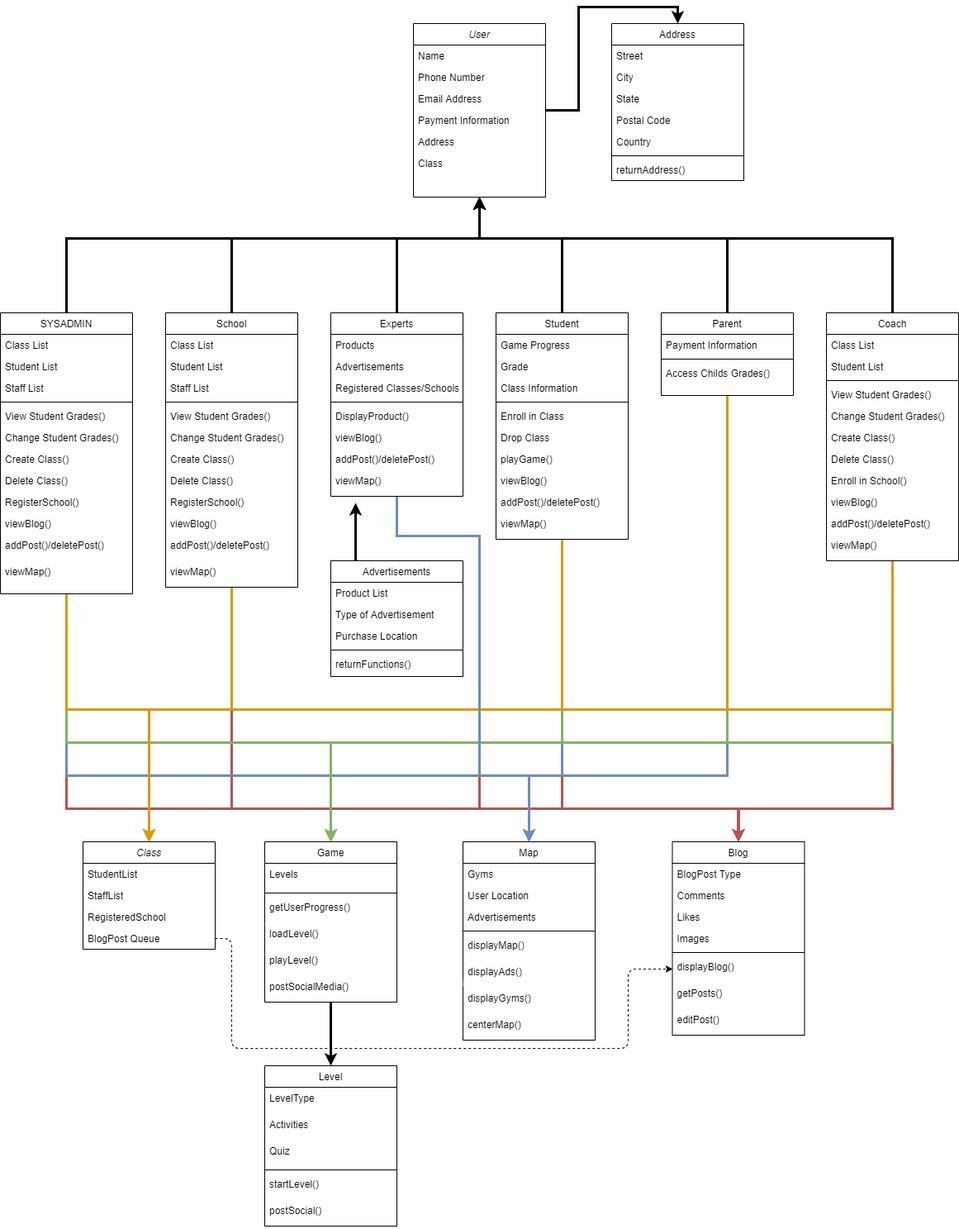
Earlier version of the draw.io export Deliverables/Week_4/Class Diagram.png (Hanandrof/Group-3-Repository). Source tidied: cells renumbered, new cells last; positions are measured from the earlier drawing's top-left corner, leaving out a move shared by most shapes.
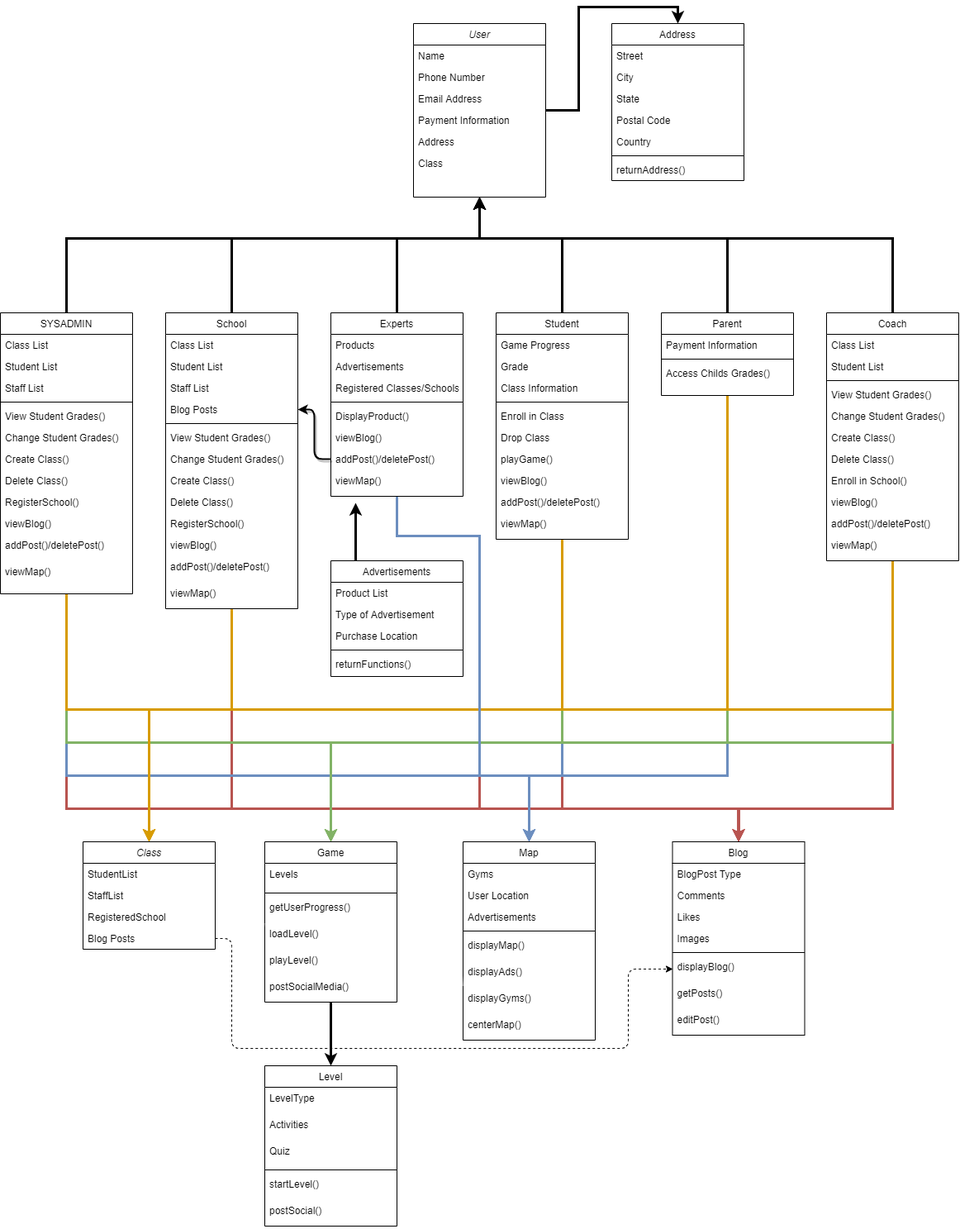
After the change.

Change to the diagram source:
```diff
@@ -341,7 +341,7 @@
       </mxGeometry>
     </mxCell>
     <mxCell id="80" value="School" style="swimlane;fontStyle=0;align=center;verticalAlign=top;horizontal=1;startSize=26;rounded=0;shadow=0;strokeWidth=1;" parent="1" vertex="1">
-      <mxGeometry x="200" y="350" width="160" height="332" as="geometry" />
+      <mxGeometry x="200" y="350" width="160" height="358" as="geometry" />
     </mxCell>
     <mxCell id="81" value="Class List" style="text;align=left;verticalAlign=top;spacingLeft=4;spacingRight=4;overflow=hidden;" parent="80" vertex="1">
       <mxGeometry y="26" width="160" height="26" as="geometry" />
@@ -352,32 +352,35 @@
     <mxCell id="83" value="Staff List" style="text;align=left;verticalAlign=top;spacingLeft=4;spacingRight=4;overflow=hidden;" parent="80" vertex="1">
       <mxGeometry y="78" width="160" height="26" as="geometry" />
     </mxCell>
+    <mxCell id="150" value="Blog Posts" style="text;align=left;verticalAlign=top;spacingLeft=4;spacingRight=4;overflow=hidden;points=[[0,0.5],[1,0.5]];portConstraint=eastwest;" parent="80" vertex="1">
+      <mxGeometry y="104" width="160" height="26" as="geometry" />
+    </mxCell>
     <mxCell id="84" style="line;html=1;strokeWidth=1;align=left;verticalAlign=middle;spacingTop=-1;spacingLeft=3;spacingRight=3;labelPosition=right;" parent="80" vertex="1">
-      <mxGeometry y="104" width="160" height="8" as="geometry" />
+      <mxGeometry y="130" width="160" height="8" as="geometry" />
     </mxCell>
     <mxCell id="85" value="View Student Grades()" style="text;align=left;verticalAlign=top;spacingLeft=4;spacingRight=4;overflow=hidden;" parent="80" vertex="1">
-      <mxGeometry y="112" width="160" height="26" as="geometry" />
+      <mxGeometry y="138" width="160" height="26" as="geometry" />
     </mxCell>
     <mxCell id="86" value="Change Student Grades()" style="text;align=left;verticalAlign=top;spacingLeft=4;spacingRight=4;overflow=hidden;" parent="80" vertex="1">
-      <mxGeometry y="138" width="160" height="26" as="geometry" />
+      <mxGeometry y="164" width="160" height="26" as="geometry" />
     </mxCell>
     <mxCell id="87" value="Create Class()" style="text;align=left;verticalAlign=top;spacingLeft=4;spacingRight=4;overflow=hidden;" parent="80" vertex="1">
-      <mxGeometry y="164" width="160" height="26" as="geometry" />
+      <mxGeometry y="190" width="160" height="26" as="geometry" />
     </mxCell>
     <mxCell id="88" value="Delete Class()" style="text;align=left;verticalAlign=top;spacingLeft=4;spacingRight=4;overflow=hidden;" parent="80" vertex="1">
-      <mxGeometry y="190" width="160" height="26" as="geometry" />
+      <mxGeometry y="216" width="160" height="26" as="geometry" />
     </mxCell>
     <mxCell id="89" value="RegisterSchool()" style="text;align=left;verticalAlign=top;spacingLeft=4;spacingRight=4;overflow=hidden;" parent="80" vertex="1">
-      <mxGeometry y="216" width="160" height="26" as="geometry" />
+      <mxGeometry y="242" width="160" height="26" as="geometry" />
     </mxCell>
     <mxCell id="90" value="viewBlog()" style="text;align=left;verticalAlign=top;spacingLeft=4;spacingRight=4;overflow=hidden;rounded=0;shadow=0;html=0;" parent="80" vertex="1">
-      <mxGeometry y="242" width="160" height="26" as="geometry" />
+      <mxGeometry y="268" width="160" height="26" as="geometry" />
     </mxCell>
     <mxCell id="91" value="addPost()/deletePost()" style="text;align=left;verticalAlign=top;spacingLeft=4;spacingRight=4;overflow=hidden;rounded=0;shadow=0;html=0;" parent="80" vertex="1">
-      <mxGeometry y="268" width="160" height="32" as="geometry" />
+      <mxGeometry y="294" width="160" height="32" as="geometry" />
     </mxCell>
     <mxCell id="92" value="viewMap()" style="text;align=left;verticalAlign=top;spacingLeft=4;spacingRight=4;overflow=hidden;rounded=0;shadow=0;html=0;" parent="80" vertex="1">
-      <mxGeometry y="300" width="160" height="32" as="geometry" />
+      <mxGeometry y="326" width="160" height="32" as="geometry" />
     </mxCell>
     <mxCell id="93" style="edgeStyle=orthogonalEdgeStyle;rounded=0;jettySize=auto;html=1;entryX=0.5;entryY=1;entryDx=0;entryDy=0;strokeWidth=3;" parent="1" edge="1" source="98" target="3">
       <mxGeometry relative="1" as="geometry">
@@ -569,7 +572,7 @@
     <mxCell id="147" value="RegisteredSchool" style="text;align=left;verticalAlign=top;spacingLeft=4;spacingRight=4;overflow=hidden;rounded=0;shadow=0;html=0;" parent="144" vertex="1">
       <mxGeometry y="78" width="160" height="26" as="geometry" />
     </mxCell>
-    <mxCell id="148" value="BlogPost Queue" style="text;align=left;verticalAlign=top;spacingLeft=4;spacingRight=4;overflow=hidden;points=[[0,0.5],[1,0.5]];portConstraint=eastwest;rounded=0;shadow=0;html=0;" parent="144" vertex="1">
+    <mxCell id="148" value="Blog Posts" style="text;align=left;verticalAlign=top;spacingLeft=4;spacingRight=4;overflow=hidden;points=[[0,0.5],[1,0.5]];portConstraint=eastwest;rounded=0;shadow=0;html=0;" parent="144" vertex="1">
       <mxGeometry y="104" width="160" height="26" as="geometry" />
     </mxCell>
     <mxCell id="149" style="edgeStyle=orthogonalEdgeStyle;rounded=1;jumpStyle=none;jumpSize=6;jettySize=auto;html=1;exitX=1;exitY=0.5;exitDx=0;exitDy=0;shadow=0;dashed=1;startArrow=none;startFill=0;endArrow=classic;endFill=1;" parent="1" edge="1" source="148">
@@ -583,5 +586,8 @@
         </Array>
       </mxGeometry>
     </mxCell>
+    <mxCell id="151" style="edgeStyle=orthogonalEdgeStyle;rounded=1;sketch=0;jettySize=auto;html=1;shadow=1;strokeWidth=2;" parent="1" edge="1" source="75" target="150">
+      <mxGeometry relative="1" as="geometry" />
+    </mxCell>
   </root>
 </mxGraphModel>
```
